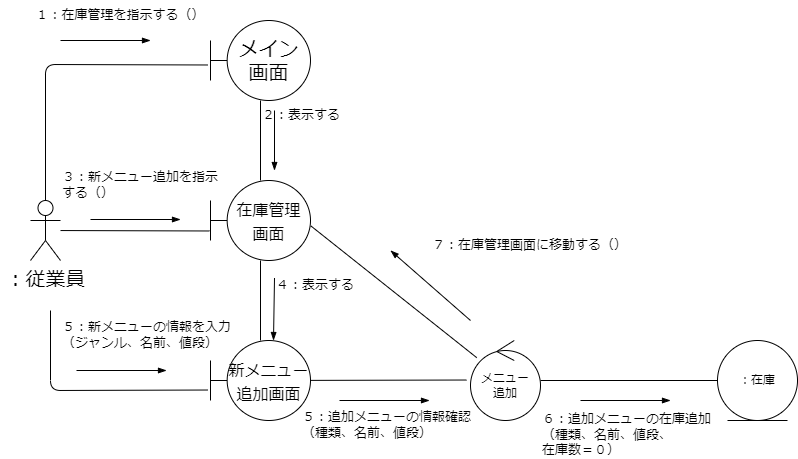
This is psp4/コミュニケーション図/コミュニケーション図_新メニュー.drawio.png from MasakiHiguchi/---, a draw.io export, as it was before one commit. Source tidied: cells renumbered, new cells last; positions are measured from the earlier drawing's top-left corner, leaving out a move shared by most shapes. Source of this version:
```xml
<mxGraphModel>
  <root>
    <mxCell id="0" />
    <mxCell id="1" parent="0" />
    <mxCell id="2" style="edgeStyle=none;hachureGap=4;html=1;entryX=-0.03;entryY=0.556;entryDx=0;entryDy=0;entryPerimeter=0;fontFamily=Helvetica;fontSize=16;endArrow=none;endFill=0;" parent="1" edge="1" source="5" target="7">
      <mxGeometry relative="1" as="geometry">
        <Array as="points">
          <mxPoint x="45" y="64" />
        </Array>
      </mxGeometry>
    </mxCell>
    <mxCell id="3" style="edgeStyle=none;html=1;entryX=-0.01;entryY=0.631;entryDx=0;entryDy=0;entryPerimeter=0;endArrow=none;endFill=0;" parent="1" edge="1" source="5" target="10">
      <mxGeometry relative="1" as="geometry" />
    </mxCell>
    <mxCell id="4" style="edgeStyle=none;html=1;entryX=-0.03;entryY=0.619;entryDx=0;entryDy=0;entryPerimeter=0;endArrow=none;endFill=0;" parent="1" edge="1" target="17">
      <mxGeometry relative="1" as="geometry">
        <mxPoint x="50" y="310" as="sourcePoint" />
        <Array as="points">
          <mxPoint x="50" y="390" />
        </Array>
      </mxGeometry>
    </mxCell>
    <mxCell id="5" value="：従業員" style="shape=umlActor;verticalLabelPosition=bottom;verticalAlign=top;html=1;outlineConnect=0;hachureGap=4;fontFamily=Helvetica;fontSize=20;" parent="1" vertex="1">
      <mxGeometry x="30" y="200" width="30" height="60" as="geometry" />
    </mxCell>
    <mxCell id="6" style="edgeStyle=none;hachureGap=4;html=1;fontFamily=Helvetica;fontSize=13;endArrow=none;endFill=0;" parent="1" edge="1" source="7" target="10">
      <mxGeometry relative="1" as="geometry" />
    </mxCell>
    <mxCell id="7" value="メイン&lt;br&gt;画面" style="shape=umlBoundary;whiteSpace=wrap;html=1;hachureGap=4;fontFamily=Helvetica;fontSize=20;" parent="1" vertex="1">
      <mxGeometry x="210" y="20" width="100" height="80" as="geometry" />
    </mxCell>
    <mxCell id="8" value="１：在庫管理を指示する（）" style="text;html=1;strokeColor=none;fillColor=none;align=center;verticalAlign=middle;whiteSpace=wrap;rounded=0;hachureGap=4;fontFamily=Architects Daughter;fontSource=https%3A%2F%2Ffonts.googleapis.com%2Fcss%3Ffamily%3DArchitects%2BDaughter;fontSize=13;" parent="1" vertex="1">
      <mxGeometry width="240" height="30" as="geometry" />
    </mxCell>
    <mxCell id="9" style="edgeStyle=none;html=1;endArrow=none;endFill=0;" parent="1" edge="1" source="10" target="17">
      <mxGeometry relative="1" as="geometry" />
    </mxCell>
    <mxCell id="10" value="&lt;font style=&quot;font-size: 16px;&quot;&gt;在庫管理&lt;br&gt;画面&lt;/font&gt;" style="shape=umlBoundary;whiteSpace=wrap;html=1;hachureGap=4;fontFamily=Helvetica;fontSize=20;" parent="1" vertex="1">
      <mxGeometry x="210" y="180" width="100" height="80" as="geometry" />
    </mxCell>
    <mxCell id="11" value="２：表示する" style="text;html=1;strokeColor=none;fillColor=none;align=left;verticalAlign=middle;whiteSpace=wrap;rounded=0;hachureGap=4;fontFamily=Architects Daughter;fontSource=https%3A%2F%2Ffonts.googleapis.com%2Fcss%3Ffamily%3DArchitects%2BDaughter;fontSize=13;" parent="1" vertex="1">
      <mxGeometry x="260" y="100" width="220" height="30" as="geometry" />
    </mxCell>
    <mxCell id="12" value="３：新メニュー追加を指示する（）" style="text;html=1;strokeColor=none;fillColor=none;align=left;verticalAlign=middle;whiteSpace=wrap;rounded=0;hachureGap=4;fontFamily=Architects Daughter;fontSource=https%3A%2F%2Ffonts.googleapis.com%2Fcss%3Ffamily%3DArchitects%2BDaughter;fontSize=13;" parent="1" vertex="1">
      <mxGeometry x="60" y="170" width="160" height="30" as="geometry" />
    </mxCell>
    <mxCell id="13" style="endArrow=blockThin;html=1;endFill=1;" parent="1" edge="1">
      <mxGeometry relative="1" as="geometry">
        <mxPoint x="60" y="40" as="sourcePoint" />
        <mxPoint x="150" y="40" as="targetPoint" />
      </mxGeometry>
    </mxCell>
    <mxCell id="14" style="endArrow=blockThin;html=1;endFill=1;" parent="1" edge="1">
      <mxGeometry relative="1" as="geometry">
        <mxPoint x="274" y="110" as="sourcePoint" />
        <mxPoint x="274" y="170" as="targetPoint" />
      </mxGeometry>
    </mxCell>
    <mxCell id="15" style="endArrow=blockThin;html=1;endFill=1;" parent="1" edge="1">
      <mxGeometry relative="1" as="geometry">
        <mxPoint x="90" y="219" as="sourcePoint" />
        <mxPoint x="180" y="219" as="targetPoint" />
      </mxGeometry>
    </mxCell>
    <mxCell id="16" style="edgeStyle=none;html=1;entryX=-0.057;entryY=0.494;entryDx=0;entryDy=0;entryPerimeter=0;endArrow=none;endFill=0;" parent="1" edge="1" source="17" target="24">
      <mxGeometry relative="1" as="geometry" />
    </mxCell>
    <mxCell id="17" value="&lt;font style=&quot;font-size: 16px;&quot;&gt;新メニュー追加画面&lt;br&gt;&lt;/font&gt;" style="shape=umlBoundary;whiteSpace=wrap;html=1;hachureGap=4;fontFamily=Helvetica;fontSize=20;" parent="1" vertex="1">
      <mxGeometry x="210" y="340" width="100" height="80" as="geometry" />
    </mxCell>
    <mxCell id="18" value="４：表示する" style="text;html=1;strokeColor=none;fillColor=none;align=left;verticalAlign=middle;whiteSpace=wrap;rounded=0;hachureGap=4;fontFamily=Architects Daughter;fontSource=https%3A%2F%2Ffonts.googleapis.com%2Fcss%3Ffamily%3DArchitects%2BDaughter;fontSize=13;" parent="1" vertex="1">
      <mxGeometry x="274" y="270" width="220" height="30" as="geometry" />
    </mxCell>
    <mxCell id="19" style="endArrow=blockThin;html=1;endFill=1;exitX=0;exitY=0.25;exitDx=0;exitDy=0;" parent="1" edge="1" source="18">
      <mxGeometry relative="1" as="geometry">
        <mxPoint x="273" y="340" as="targetPoint" />
      </mxGeometry>
    </mxCell>
    <mxCell id="20" value="５：新メニューの情報を入力（ジャンル、名前、値段）" style="text;html=1;strokeColor=none;fillColor=none;align=left;verticalAlign=middle;whiteSpace=wrap;rounded=0;hachureGap=4;fontFamily=Architects Daughter;fontSource=https%3A%2F%2Ffonts.googleapis.com%2Fcss%3Ffamily%3DArchitects%2BDaughter;fontSize=13;" parent="1" vertex="1">
      <mxGeometry x="60" y="320" width="180" height="30" as="geometry" />
    </mxCell>
    <mxCell id="21" style="endArrow=blockThin;html=1;endFill=1;" parent="1" edge="1">
      <mxGeometry relative="1" as="geometry">
        <mxPoint x="76" y="370" as="sourcePoint" />
        <mxPoint x="166" y="370" as="targetPoint" />
      </mxGeometry>
    </mxCell>
    <mxCell id="22" style="edgeStyle=none;html=1;endArrow=none;endFill=0;" parent="1" edge="1" source="24" target="27">
      <mxGeometry relative="1" as="geometry" />
    </mxCell>
    <mxCell id="23" style="edgeStyle=none;html=1;entryX=1.005;entryY=0.569;entryDx=0;entryDy=0;entryPerimeter=0;endArrow=none;endFill=0;" parent="1" edge="1" source="24" target="10">
      <mxGeometry relative="1" as="geometry" />
    </mxCell>
    <mxCell id="24" value="メニュー&lt;br&gt;追加" style="ellipse;shape=umlControl;whiteSpace=wrap;html=1;" parent="1" vertex="1">
      <mxGeometry x="470" y="340" width="70" height="80" as="geometry" />
    </mxCell>
    <mxCell id="25" value="５：追加メニューの情報確認&lt;br&gt;（種類、名前、値段）" style="text;html=1;strokeColor=none;fillColor=none;align=left;verticalAlign=middle;whiteSpace=wrap;rounded=0;hachureGap=4;fontFamily=Architects Daughter;fontSource=https%3A%2F%2Ffonts.googleapis.com%2Fcss%3Ffamily%3DArchitects%2BDaughter;fontSize=13;" parent="1" vertex="1">
      <mxGeometry x="300" y="420" width="180" height="10" as="geometry" />
    </mxCell>
    <mxCell id="26" style="endArrow=blockThin;html=1;endFill=1;" parent="1" edge="1">
      <mxGeometry relative="1" as="geometry">
        <mxPoint x="339" y="400" as="sourcePoint" />
        <mxPoint x="429" y="400" as="targetPoint" />
      </mxGeometry>
    </mxCell>
    <mxCell id="27" value="：在庫" style="ellipse;shape=umlEntity;whiteSpace=wrap;html=1;" parent="1" vertex="1">
      <mxGeometry x="717" y="340" width="80" height="80" as="geometry" />
    </mxCell>
    <mxCell id="28" value="６：追加メニューの在庫追加&lt;br&gt;（種類、名前、値段、&lt;br&gt;在庫数＝０）" style="text;html=1;strokeColor=none;fillColor=none;align=left;verticalAlign=middle;whiteSpace=wrap;rounded=0;hachureGap=4;fontFamily=Architects Daughter;fontSource=https%3A%2F%2Ffonts.googleapis.com%2Fcss%3Ffamily%3DArchitects%2BDaughter;fontSize=13;" parent="1" vertex="1">
      <mxGeometry x="540" y="430" width="180" height="10" as="geometry" />
    </mxCell>
    <mxCell id="29" style="endArrow=blockThin;html=1;endFill=1;" parent="1" edge="1">
      <mxGeometry relative="1" as="geometry">
        <mxPoint x="580" y="400" as="sourcePoint" />
        <mxPoint x="670" y="400" as="targetPoint" />
      </mxGeometry>
    </mxCell>
    <mxCell id="30" value="７：在庫管理画面に移動する（）" style="text;html=1;strokeColor=none;fillColor=none;align=left;verticalAlign=middle;whiteSpace=wrap;rounded=0;hachureGap=4;fontFamily=Architects Daughter;fontSource=https%3A%2F%2Ffonts.googleapis.com%2Fcss%3Ffamily%3DArchitects%2BDaughter;fontSize=13;" parent="1" vertex="1">
      <mxGeometry x="430" y="230" width="220" height="30" as="geometry" />
    </mxCell>
    <mxCell id="31" style="endArrow=blockThin;html=1;endFill=1;" parent="1" edge="1">
      <mxGeometry relative="1" as="geometry">
        <mxPoint x="470" y="320" as="sourcePoint" />
        <mxPoint x="390" y="250" as="targetPoint" />
      </mxGeometry>
    </mxCell>
  </root>
</mxGraphModel>
```
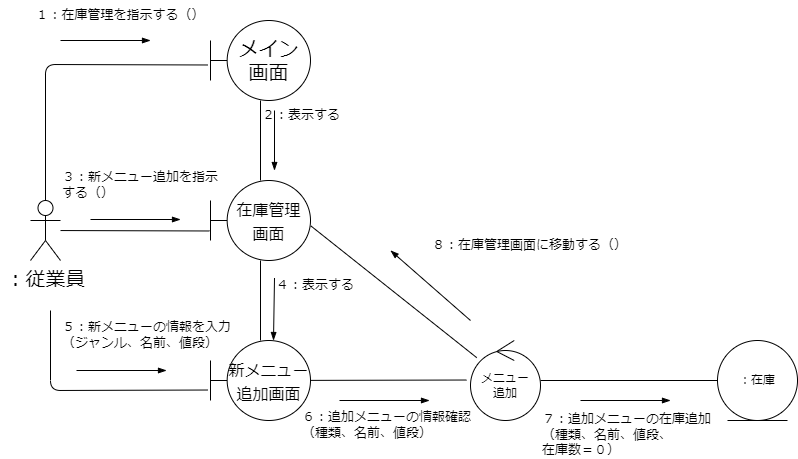
The same diagram one commit later.

Diff of the diagram source:
```diff
@@ -94,7 +94,7 @@
     <mxCell id="24" value="メニュー&lt;br&gt;追加" style="ellipse;shape=umlControl;whiteSpace=wrap;html=1;" parent="1" vertex="1">
       <mxGeometry x="470" y="340" width="70" height="80" as="geometry" />
     </mxCell>
-    <mxCell id="25" value="５：追加メニューの情報確認&lt;br&gt;（種類、名前、値段）" style="text;html=1;strokeColor=none;fillColor=none;align=left;verticalAlign=middle;whiteSpace=wrap;rounded=0;hachureGap=4;fontFamily=Architects Daughter;fontSource=https%3A%2F%2Ffonts.googleapis.com%2Fcss%3Ffamily%3DArchitects%2BDaughter;fontSize=13;" parent="1" vertex="1">
+    <mxCell id="25" value="６：追加メニューの情報確認&lt;br&gt;（種類、名前、値段）" style="text;html=1;strokeColor=none;fillColor=none;align=left;verticalAlign=middle;whiteSpace=wrap;rounded=0;hachureGap=4;fontFamily=Architects Daughter;fontSource=https%3A%2F%2Ffonts.googleapis.com%2Fcss%3Ffamily%3DArchitects%2BDaughter;fontSize=13;" parent="1" vertex="1">
       <mxGeometry x="300" y="420" width="180" height="10" as="geometry" />
     </mxCell>
     <mxCell id="26" style="endArrow=blockThin;html=1;endFill=1;" parent="1" edge="1">
@@ -106,7 +106,7 @@
     <mxCell id="27" value="：在庫" style="ellipse;shape=umlEntity;whiteSpace=wrap;html=1;" parent="1" vertex="1">
       <mxGeometry x="717" y="340" width="80" height="80" as="geometry" />
     </mxCell>
-    <mxCell id="28" value="６：追加メニューの在庫追加&lt;br&gt;（種類、名前、値段、&lt;br&gt;在庫数＝０）" style="text;html=1;strokeColor=none;fillColor=none;align=left;verticalAlign=middle;whiteSpace=wrap;rounded=0;hachureGap=4;fontFamily=Architects Daughter;fontSource=https%3A%2F%2Ffonts.googleapis.com%2Fcss%3Ffamily%3DArchitects%2BDaughter;fontSize=13;" parent="1" vertex="1">
+    <mxCell id="28" value="７：追加メニューの在庫追加&lt;br&gt;（種類、名前、値段、&lt;br&gt;在庫数＝０）" style="text;html=1;strokeColor=none;fillColor=none;align=left;verticalAlign=middle;whiteSpace=wrap;rounded=0;hachureGap=4;fontFamily=Architects Daughter;fontSource=https%3A%2F%2Ffonts.googleapis.com%2Fcss%3Ffamily%3DArchitects%2BDaughter;fontSize=13;" parent="1" vertex="1">
       <mxGeometry x="540" y="430" width="180" height="10" as="geometry" />
     </mxCell>
     <mxCell id="29" style="endArrow=blockThin;html=1;endFill=1;" parent="1" edge="1">
@@ -115,7 +115,7 @@
         <mxPoint x="670" y="400" as="targetPoint" />
       </mxGeometry>
     </mxCell>
-    <mxCell id="30" value="７：在庫管理画面に移動する（）" style="text;html=1;strokeColor=none;fillColor=none;align=left;verticalAlign=middle;whiteSpace=wrap;rounded=0;hachureGap=4;fontFamily=Architects Daughter;fontSource=https%3A%2F%2Ffonts.googleapis.com%2Fcss%3Ffamily%3DArchitects%2BDaughter;fontSize=13;" parent="1" vertex="1">
+    <mxCell id="30" value="８：在庫管理画面に移動する（）" style="text;html=1;strokeColor=none;fillColor=none;align=left;verticalAlign=middle;whiteSpace=wrap;rounded=0;hachureGap=4;fontFamily=Architects Daughter;fontSource=https%3A%2F%2Ffonts.googleapis.com%2Fcss%3Ffamily%3DArchitects%2BDaughter;fontSize=13;" parent="1" vertex="1">
       <mxGeometry x="430" y="230" width="220" height="30" as="geometry" />
     </mxCell>
     <mxCell id="31" style="endArrow=blockThin;html=1;endFill=1;" parent="1" edge="1">
```
